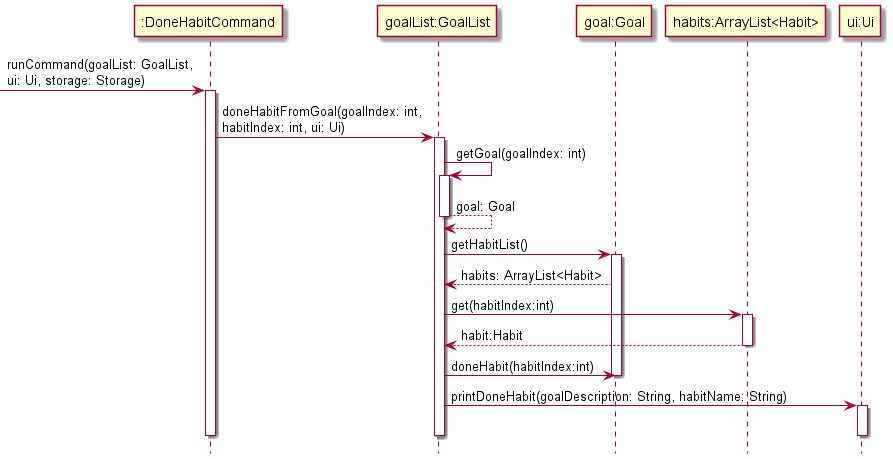
Earlier version of the PlantUML export docs/Diagram Images/DoneCommandSequenceDiagram.png (nus-cs2113-AY2122S1/tp).
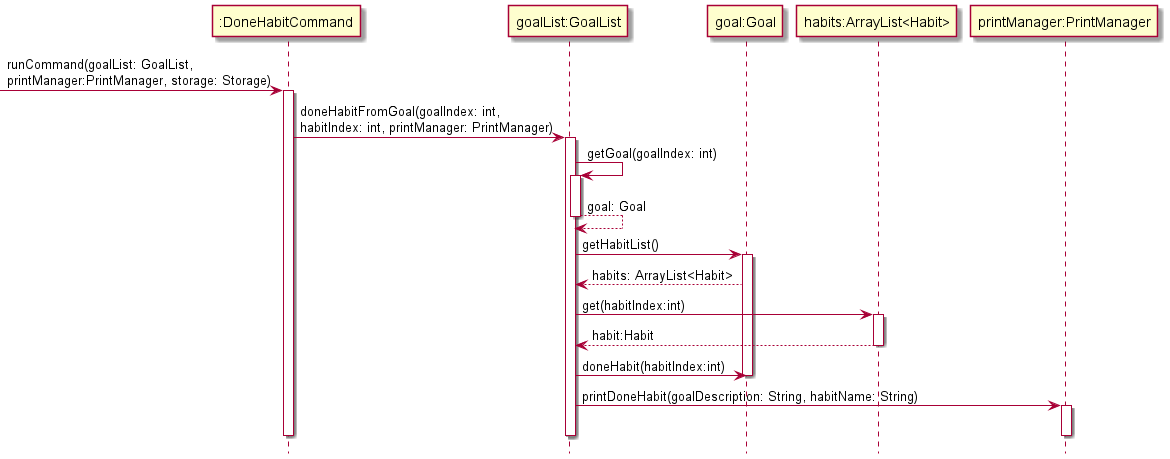
After the change.

Diff of the diagram source:
```diff
@@ -1,10 +1,10 @@
 @startuml
-hide footbox
+!include Style.puml
 
--> ":DoneHabitCommand": runCommand(goalList: GoalList,\nui: Ui, storage: Storage)
+-> ":DoneHabitCommand": runCommand(goalList: GoalList,\nprintManager:PrintManager, storage: Storage)
 activate ":DoneHabitCommand"
 
-":DoneHabitCommand" -> "goalList:GoalList": doneHabitFromGoal(goalIndex: int,\nhabitIndex: int, ui: Ui)
+":DoneHabitCommand" -> "goalList:GoalList": doneHabitFromGoal(goalIndex: int,\nhabitIndex: int, printManager: PrintManager)
 activate "goalList:GoalList"
 "goalList:GoalList" -> "goalList:GoalList": getGoal(goalIndex: int)
 activate "goalList:GoalList"
@@ -22,9 +22,9 @@
 "goalList:GoalList" -> "goal:Goal": doneHabit(habitIndex:int)
 deactivate "goal:Goal"
 
-"goalList:GoalList" -> "ui:Ui": printDoneHabit(goalDescription: String, habitName: String)
-activate "ui:Ui"
-deactivate "ui:Ui"
+"goalList:GoalList" -> "printManager:PrintManager": printDoneHabit(goalDescription: String, habitName: String)
+activate "printManager:PrintManager"
+deactivate "printManager:PrintManager"
 deactivate "goalList:GoalList"
 deactivate ":DoneHabitCommand"
 
```
